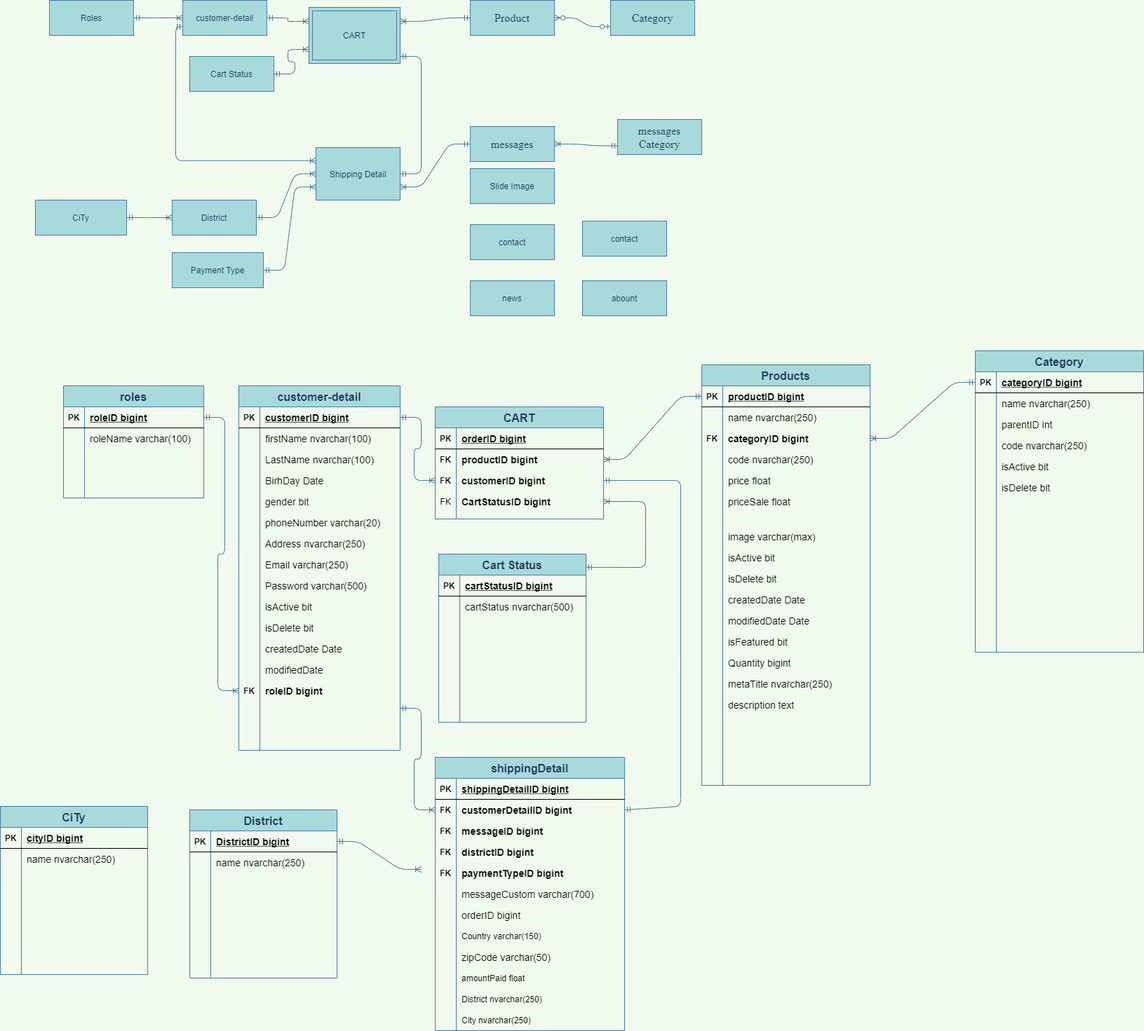
maialino123/Eproject-SEM3 keeps this draw.io diagram as Untitled Diagram.png. Above is the earlier version. Source tidied: cells renumbered, new cells last; positions are measured from the earlier drawing's top-left corner, leaving out a move shared by most shapes.
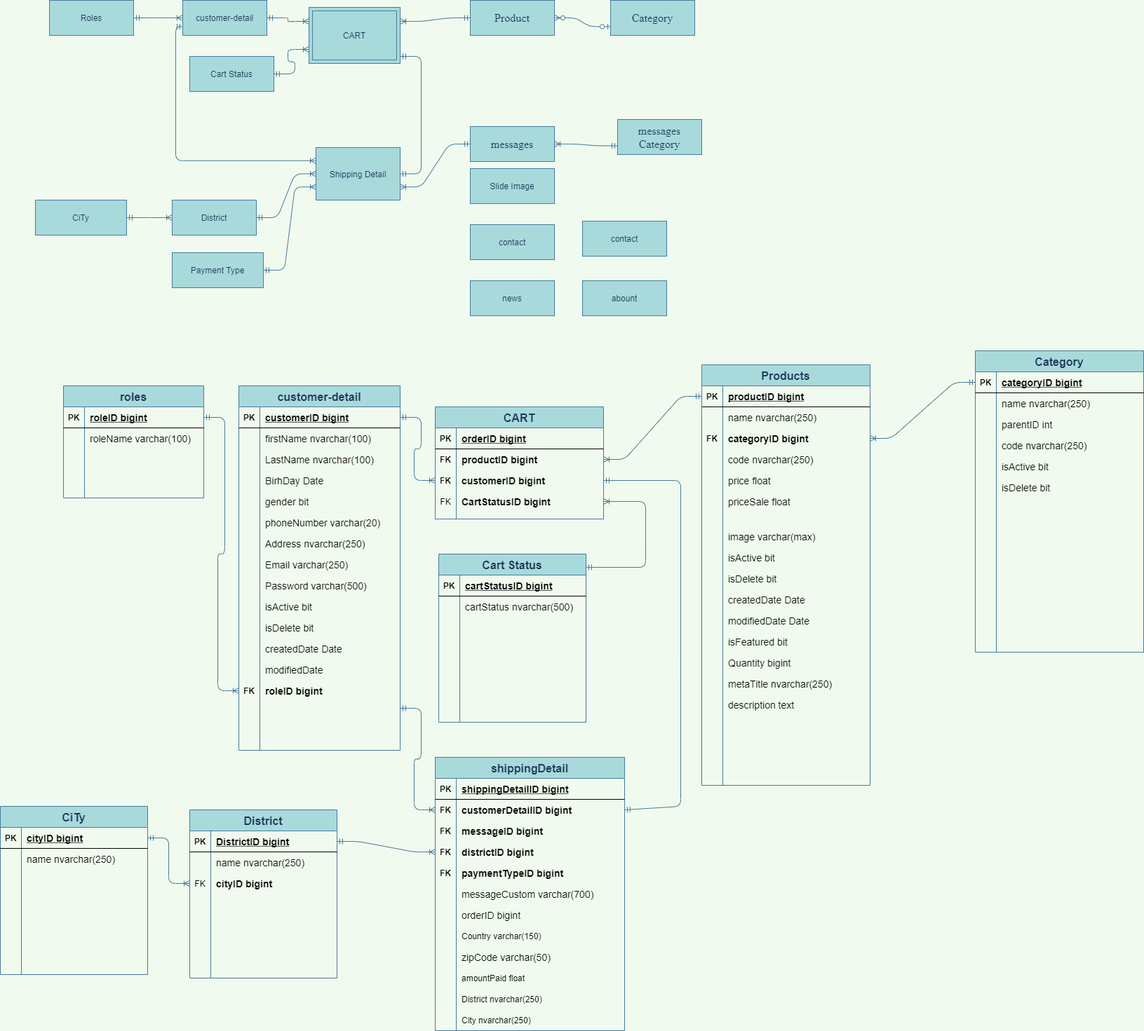
Later version of the same file.

What changed in the source:
```diff
@@ -744,10 +744,10 @@
     <mxCell id="243" style="shape=partialRectangle;fillColor=none;top=0;left=0;bottom=0;right=0;points=[[0,0.5],[1,0.5]];portConstraint=eastwest;" parent="236" vertex="1">
       <mxGeometry y="90" width="210" height="30" as="geometry" />
     </mxCell>
-    <mxCell id="244" style="shape=partialRectangle;fillColor=none;top=0;left=0;bottom=0;right=0;overflow=hidden;" parent="243" vertex="1">
+    <mxCell id="244" value="FK" style="shape=partialRectangle;fillColor=none;top=0;left=0;bottom=0;right=0;overflow=hidden;" parent="243" vertex="1">
       <mxGeometry width="30" height="30" as="geometry" />
     </mxCell>
-    <mxCell id="245" style="shape=partialRectangle;fillColor=none;top=0;left=0;bottom=0;right=0;align=left;spacingLeft=6;overflow=hidden;" parent="243" vertex="1">
+    <mxCell id="245" value="cityID bigint" style="shape=partialRectangle;fillColor=none;top=0;left=0;bottom=0;right=0;align=left;spacingLeft=6;overflow=hidden;fontStyle=1;fontSize=14;" parent="243" vertex="1">
       <mxGeometry x="30" width="180" height="30" as="geometry" />
     </mxCell>
     <mxCell id="246" style="shape=partialRectangle;fillColor=none;top=0;left=0;bottom=0;right=0;" parent="236" vertex="1">
@@ -852,10 +852,11 @@
     <mxCell id="279" style="shape=partialRectangle;fillColor=none;top=0;left=0;bottom=0;right=0;align=left;spacingLeft=6;overflow=hidden;" parent="277" vertex="1">
       <mxGeometry x="30" width="180" height="30" as="geometry" />
     </mxCell>
-    <mxCell id="280" style="edgeStyle=entityRelationEdgeStyle;fontSize=12;html=1;endArrow=ERoneToMany;startArrow=ERmandOne;fontColor=#1D3557;strokeColor=#457B9D;fillColor=#A8DADC;labelBackgroundColor=#F1FAEE;exitX=1;exitY=0.5;exitDx=0;exitDy=0;" parent="1" edge="1" source="237">
-      <mxGeometry relative="1" as="geometry">
-        <mxPoint x="600" y="1240" as="targetPoint" />
-      </mxGeometry>
+    <mxCell id="280" style="edgeStyle=entityRelationEdgeStyle;fontSize=12;html=1;endArrow=ERoneToMany;startArrow=ERmandOne;fontColor=#1D3557;strokeColor=#457B9D;fillColor=#A8DADC;labelBackgroundColor=#F1FAEE;exitX=1;exitY=0.5;exitDx=0;exitDy=0;entryX=0;entryY=0.5;entryDx=0;entryDy=0;" parent="1" edge="1" source="237" target="207">
+      <mxGeometry relative="1" as="geometry" />
     </mxCell>
+    <mxCell id="281" style="edgeStyle=entityRelationEdgeStyle;fontSize=12;html=1;endArrow=ERoneToMany;startArrow=ERmandOne;fontColor=#1D3557;strokeColor=#457B9D;fillColor=#A8DADC;labelBackgroundColor=#F1FAEE;exitX=1;exitY=0.5;exitDx=0;exitDy=0;entryX=0;entryY=0.5;entryDx=0;entryDy=0;" parent="1" edge="1" source="259" target="243">
+      <mxGeometry relative="1" as="geometry" />
+    </mxCell>
   </root>
 </mxGraphModel>
```
